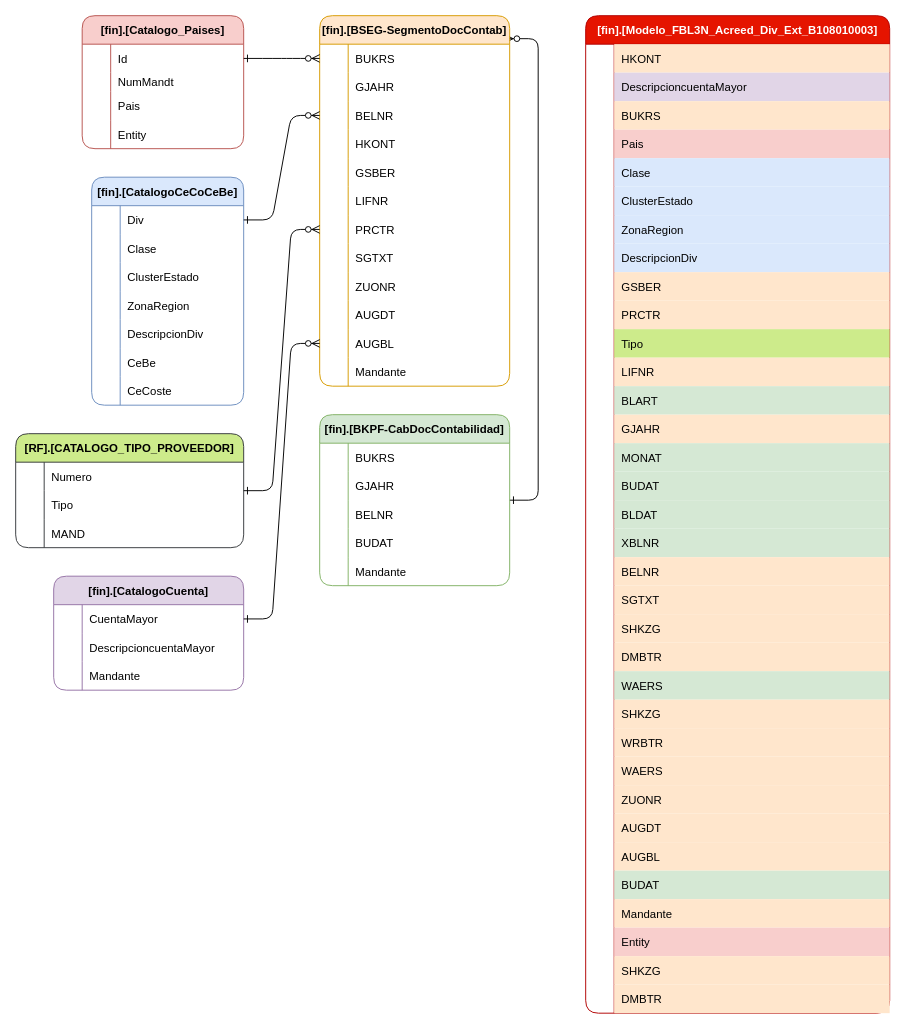
Above: ER_FBL3N_1.drawio in ale230131/ale230131 (draw.io), before the change. Source tidied: cells renumbered, new cells numbered last; positions are measured from the earlier drawing's top-left corner, leaving out a move shared by most shapes. Both pictures are drawn from the tidied source at 95%, with x=0, y=0 at pixel (-674, 15).
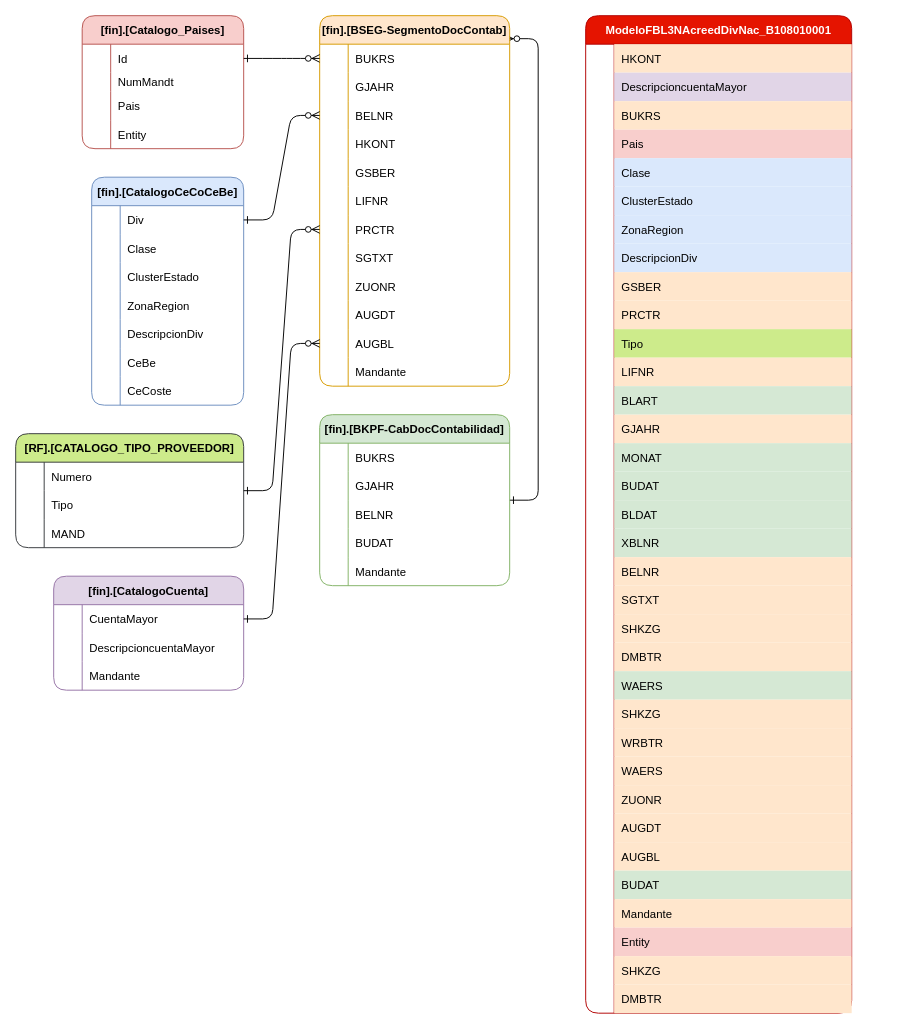
The same diagram, later.

Diff of the diagram source:
```diff
@@
-    <mxCell id="3" value="[fin].[Modelo_FBL3N_Acreed_Div_Ext_B108010003]" style="shape=table;startSize=30;childLayout=tableLayout;rowLines=0;fontStyle=1;align=center;fillColor=#e51400;fontColor=#ffffff;strokeColor=#B20000;rounded=1;" parent="1" vertex="1">
-      <mxGeometry x="1326" width="320" height="1050" as="geometry" />
+    <mxCell id="3" value="ModeloFBL3NAcreedDivNac_B108010001" style="shape=table;startSize=30;childLayout=tableLayout;rowLines=0;fontStyle=1;align=center;fillColor=#e51400;fontColor=#ffffff;strokeColor=#B20000;rounded=1;" parent="1" vertex="1">
+      <mxGeometry x="1326" width="280" height="1050" as="geometry" />
     </mxCell>
     <mxCell id="4" style="shape=tableRow;horizontal=0;startSize=0;swimlaneHead=0;swimlaneBody=0;fillColor=none;strokeColor=inherit;top=0;left=0;right=0;bottom=0;" parent="3" vertex="1">
-      <mxGeometry y="30" width="320" height="30" as="geometry" />
+      <mxGeometry y="30" width="280" height="30" as="geometry" />
     </mxCell>
@@
     <mxCell id="6" value="HKONT" style="shape=partialRectangle;overflow=hidden;fillColor=#ffe6cc;align=left;strokeColor=#d79b00;top=0;left=0;bottom=0;right=0;spacingLeft=6;" parent="4" vertex="1">
-      <mxGeometry x="30" width="290" height="30" as="geometry" />
+      <mxGeometry x="30" width="250" height="30" as="geometry" />
     </mxCell>
     <mxCell id="7" style="shape=tableRow;horizontal=0;startSize=0;swimlaneHead=0;swimlaneBody=0;fillColor=none;strokeColor=inherit;top=0;left=0;right=0;bottom=0;" parent="3" vertex="1">
-      <mxGeometry y="60" width="320" height="30" as="geometry" />
+      <mxGeometry y="60" width="280" height="30" as="geometry" />
     </mxCell>
@@
     <mxCell id="9" value="DescripcioncuentaMayor" style="shape=partialRectangle;overflow=hidden;fillColor=#e1d5e7;align=left;strokeColor=#9673a6;top=0;left=0;bottom=0;right=0;spacingLeft=6;" parent="7" vertex="1">
-      <mxGeometry x="30" width="290" height="30" as="geometry" />
+      <mxGeometry x="30" width="250" height="30" as="geometry" />
     </mxCell>
     <mxCell id="10" style="shape=tableRow;horizontal=0;startSize=0;swimlaneHead=0;swimlaneBody=0;fillColor=none;strokeColor=inherit;top=0;left=0;right=0;bottom=0;" parent="3" vertex="1">
-      <mxGeometry y="90" width="320" height="30" as="geometry" />
+      <mxGeometry y="90" width="280" height="30" as="geometry" />
     </mxCell>
@@
     <mxCell id="12" value="BUKRS" style="shape=partialRectangle;overflow=hidden;fillColor=#ffe6cc;align=left;strokeColor=#d79b00;top=0;left=0;bottom=0;right=0;spacingLeft=6;" parent="10" vertex="1">
-      <mxGeometry x="30" width="290" height="30" as="geometry" />
+      <mxGeometry x="30" width="250" height="30" as="geometry" />
     </mxCell>
     <mxCell id="13" style="shape=tableRow;horizontal=0;startSize=0;swimlaneHead=0;swimlaneBody=0;fillColor=none;strokeColor=inherit;top=0;left=0;right=0;bottom=0;" parent="3" vertex="1">
-      <mxGeometry y="120" width="320" height="30" as="geometry" />
+      <mxGeometry y="120" width="280" height="30" as="geometry" />
     </mxCell>
@@
     <mxCell id="15" value="Pais" style="shape=partialRectangle;overflow=hidden;fillColor=#f8cecc;align=left;strokeColor=#b85450;top=0;left=0;bottom=0;right=0;spacingLeft=6;" parent="13" vertex="1">
-      <mxGeometry x="30" width="290" height="30" as="geometry" />
+      <mxGeometry x="30" width="250" height="30" as="geometry" />
     </mxCell>
     <mxCell id="16" style="shape=tableRow;horizontal=0;startSize=0;swimlaneHead=0;swimlaneBody=0;fillColor=none;strokeColor=inherit;top=0;left=0;right=0;bottom=0;" parent="3" vertex="1">
-      <mxGeometry y="150" width="320" height="30" as="geometry" />
+      <mxGeometry y="150" width="280" height="30" as="geometry" />
     </mxCell>
@@
     <mxCell id="18" value="Clase" style="shape=partialRectangle;overflow=hidden;fillColor=#dae8fc;align=left;strokeColor=#6c8ebf;top=0;left=0;bottom=0;right=0;spacingLeft=6;" parent="16" vertex="1">
-      <mxGeometry x="30" width="290" height="30" as="geometry" />
+      <mxGeometry x="30" width="250" height="30" as="geometry" />
     </mxCell>
     <mxCell id="19" style="shape=tableRow;horizontal=0;startSize=0;swimlaneHead=0;swimlaneBody=0;fillColor=none;strokeColor=inherit;top=0;left=0;right=0;bottom=0;" parent="3" vertex="1">
-      <mxGeometry y="180" width="320" height="30" as="geometry" />
+      <mxGeometry y="180" width="280" height="30" as="geometry" />
     </mxCell>
@@
     <mxCell id="21" value="ClusterEstado" style="shape=partialRectangle;overflow=hidden;fillColor=#dae8fc;align=left;strokeColor=#6c8ebf;top=0;left=0;bottom=0;right=0;spacingLeft=6;" parent="19" vertex="1">
-      <mxGeometry x="30" width="290" height="30" as="geometry" />
+      <mxGeometry x="30" width="250" height="30" as="geometry" />
     </mxCell>
     <mxCell id="22" style="shape=tableRow;horizontal=0;startSize=0;swimlaneHead=0;swimlaneBody=0;fillColor=none;strokeColor=inherit;top=0;left=0;right=0;bottom=0;" parent="3" vertex="1">
-      <mxGeometry y="210" width="320" height="30" as="geometry" />
+      <mxGeometry y="210" width="280" height="30" as="geometry" />
     </mxCell>
@@
     <mxCell id="24" value="ZonaRegion" style="shape=partialRectangle;overflow=hidden;fillColor=#dae8fc;align=left;strokeColor=#6c8ebf;top=0;left=0;bottom=0;right=0;spacingLeft=6;" parent="22" vertex="1">
-      <mxGeometry x="30" width="290" height="30" as="geometry" />
+      <mxGeometry x="30" width="250" height="30" as="geometry" />
     </mxCell>
     <mxCell id="25" style="shape=tableRow;horizontal=0;startSize=0;swimlaneHead=0;swimlaneBody=0;fillColor=none;strokeColor=inherit;top=0;left=0;right=0;bottom=0;" parent="3" vertex="1">
-      <mxGeometry y="240" width="320" height="30" as="geometry" />
+      <mxGeometry y="240" width="280" height="30" as="geometry" />
     </mxCell>
@@
     <mxCell id="27" value="DescripcionDiv" style="shape=partialRectangle;overflow=hidden;fillColor=#dae8fc;align=left;strokeColor=#6c8ebf;top=0;left=0;bottom=0;right=0;spacingLeft=6;" parent="25" vertex="1">
-      <mxGeometry x="30" width="290" height="30" as="geometry" />
+      <mxGeometry x="30" width="250" height="30" as="geometry" />
     </mxCell>
     <mxCell id="28" style="shape=tableRow;horizontal=0;startSize=0;swimlaneHead=0;swimlaneBody=0;fillColor=none;strokeColor=inherit;top=0;left=0;right=0;bottom=0;" parent="3" vertex="1">
-      <mxGeometry y="270" width="320" height="30" as="geometry" />
+      <mxGeometry y="270" width="280" height="30" as="geometry" />
     </mxCell>
@@
     <mxCell id="30" value="GSBER" style="shape=partialRectangle;overflow=hidden;fillColor=#ffe6cc;align=left;strokeColor=#d79b00;top=0;left=0;bottom=0;right=0;spacingLeft=6;" parent="28" vertex="1">
-      <mxGeometry x="30" width="290" height="30" as="geometry" />
+      <mxGeometry x="30" width="250" height="30" as="geometry" />
     </mxCell>
     <mxCell id="31" style="shape=tableRow;horizontal=0;startSize=0;swimlaneHead=0;swimlaneBody=0;fillColor=none;strokeColor=inherit;top=0;left=0;right=0;bottom=0;" parent="3" vertex="1">
-      <mxGeometry y="300" width="320" height="30" as="geometry" />
+      <mxGeometry y="300" width="280" height="30" as="geometry" />
     </mxCell>
@@
     <mxCell id="33" value="PRCTR" style="shape=partialRectangle;overflow=hidden;fillColor=#ffe6cc;align=left;strokeColor=#d79b00;top=0;left=0;bottom=0;right=0;spacingLeft=6;" parent="31" vertex="1">
-      <mxGeometry x="30" width="290" height="30" as="geometry" />
+      <mxGeometry x="30" width="250" height="30" as="geometry" />
     </mxCell>
     <mxCell id="34" style="shape=tableRow;horizontal=0;startSize=0;swimlaneHead=0;swimlaneBody=0;fillColor=none;strokeColor=inherit;top=0;left=0;right=0;bottom=0;" parent="3" vertex="1">
-      <mxGeometry y="330" width="320" height="30" as="geometry" />
+      <mxGeometry y="330" width="280" height="30" as="geometry" />
     </mxCell>
@@
     <mxCell id="36" value="Tipo" style="shape=partialRectangle;overflow=hidden;fillColor=#cdeb8b;align=left;strokeColor=#36393d;top=0;left=0;bottom=0;right=0;spacingLeft=6;" parent="34" vertex="1">
-      <mxGeometry x="30" width="290" height="30" as="geometry" />
+      <mxGeometry x="30" width="250" height="30" as="geometry" />
     </mxCell>
     <mxCell id="37" style="shape=tableRow;horizontal=0;startSize=0;swimlaneHead=0;swimlaneBody=0;fillColor=none;strokeColor=inherit;top=0;left=0;right=0;bottom=0;" parent="3" vertex="1">
-      <mxGeometry y="360" width="320" height="30" as="geometry" />
+      <mxGeometry y="360" width="280" height="30" as="geometry" />
     </mxCell>
@@
     <mxCell id="39" value="LIFNR" style="shape=partialRectangle;overflow=hidden;fillColor=#ffe6cc;align=left;strokeColor=#d79b00;top=0;left=0;bottom=0;right=0;spacingLeft=6;" parent="37" vertex="1">
-      <mxGeometry x="30" width="290" height="30" as="geometry" />
+      <mxGeometry x="30" width="250" height="30" as="geometry" />
     </mxCell>
     <mxCell id="40" style="shape=tableRow;horizontal=0;startSize=0;swimlaneHead=0;swimlaneBody=0;fillColor=none;strokeColor=inherit;top=0;left=0;right=0;bottom=0;" parent="3" vertex="1">
-      <mxGeometry y="390" width="320" height="30" as="geometry" />
+      <mxGeometry y="390" width="280" height="30" as="geometry" />
     </mxCell>
@@
     <mxCell id="42" value="BLART" style="shape=partialRectangle;overflow=hidden;fillColor=#d5e8d4;align=left;strokeColor=#82b366;top=0;left=0;bottom=0;right=0;spacingLeft=6;" parent="40" vertex="1">
-      <mxGeometry x="30" width="290" height="30" as="geometry" />
+      <mxGeometry x="30" width="250" height="30" as="geometry" />
     </mxCell>
     <mxCell id="43" style="shape=tableRow;horizontal=0;startSize=0;swimlaneHead=0;swimlaneBody=0;fillColor=none;strokeColor=inherit;top=0;left=0;right=0;bottom=0;" parent="3" vertex="1">
-      <mxGeometry y="420" width="320" height="30" as="geometry" />
+      <mxGeometry y="420" width="280" height="30" as="geometry" />
     </mxCell>
@@
     <mxCell id="45" value="GJAHR" style="shape=partialRectangle;overflow=hidden;fillColor=#ffe6cc;align=left;strokeColor=#d79b00;top=0;left=0;bottom=0;right=0;spacingLeft=6;" parent="43" vertex="1">
-      <mxGeometry x="30" width="290" height="30" as="geometry" />
+      <mxGeometry x="30" width="250" height="30" as="geometry" />
     </mxCell>
     <mxCell id="46" style="shape=tableRow;horizontal=0;startSize=0;swimlaneHead=0;swimlaneBody=0;fillColor=none;strokeColor=inherit;top=0;left=0;right=0;bottom=0;" parent="3" vertex="1">
-      <mxGeometry y="450" width="320" height="30" as="geometry" />
+      <mxGeometry y="450" width="280" height="30" as="geometry" />
     </mxCell>
@@
     <mxCell id="48" value="MONAT" style="shape=partialRectangle;overflow=hidden;fillColor=#d5e8d4;align=left;strokeColor=#82b366;top=0;left=0;bottom=0;right=0;spacingLeft=6;" parent="46" vertex="1">
-      <mxGeometry x="30" width="290" height="30" as="geometry" />
+      <mxGeometry x="30" width="250" height="30" as="geometry" />
     </mxCell>
     <mxCell id="49" style="shape=tableRow;horizontal=0;startSize=0;swimlaneHead=0;swimlaneBody=0;fillColor=none;strokeColor=inherit;top=0;left=0;right=0;bottom=0;" parent="3" vertex="1">
-      <mxGeometry y="480" width="320" height="30" as="geometry" />
+      <mxGeometry y="480" width="280" height="30" as="geometry" />
     </mxCell>
@@
     <mxCell id="51" value="BUDAT" style="shape=partialRectangle;overflow=hidden;fillColor=#d5e8d4;align=left;strokeColor=#82b366;top=0;left=0;bottom=0;right=0;spacingLeft=6;" parent="49" vertex="1">
-      <mxGeometry x="30" width="290" height="30" as="geometry" />
+      <mxGeometry x="30" width="250" height="30" as="geometry" />
     </mxCell>
     <mxCell id="52" style="shape=tableRow;horizontal=0;startSize=0;swimlaneHead=0;swimlaneBody=0;fillColor=none;strokeColor=inherit;top=0;left=0;right=0;bottom=0;" parent="3" vertex="1">
-      <mxGeometry y="510" width="320" height="30" as="geometry" />
+      <mxGeometry y="510" width="280" height="30" as="geometry" />
     </mxCell>
@@
     <mxCell id="54" value="BLDAT" style="shape=partialRectangle;overflow=hidden;fillColor=#d5e8d4;align=left;strokeColor=#82b366;top=0;left=0;bottom=0;right=0;spacingLeft=6;" parent="52" vertex="1">
-      <mxGeometry x="30" width="290" height="30" as="geometry" />
+      <mxGeometry x="30" width="250" height="30" as="geometry" />
     </mxCell>
     <mxCell id="55" style="shape=tableRow;horizontal=0;startSize=0;swimlaneHead=0;swimlaneBody=0;fillColor=none;strokeColor=inherit;top=0;left=0;right=0;bottom=0;" parent="3" vertex="1">
-      <mxGeometry y="540" width="320" height="30" as="geometry" />
+      <mxGeometry y="540" width="280" height="30" as="geometry" />
     </mxCell>
@@
     <mxCell id="57" value="XBLNR" style="shape=partialRectangle;overflow=hidden;fillColor=#d5e8d4;align=left;strokeColor=#82b366;top=0;left=0;bottom=0;right=0;spacingLeft=6;" parent="55" vertex="1">
-      <mxGeometry x="30" width="290" height="30" as="geometry" />
+      <mxGeometry x="30" width="250" height="30" as="geometry" />
     </mxCell>
     <mxCell id="58" style="shape=tableRow;horizontal=0;startSize=0;swimlaneHead=0;swimlaneBody=0;fillColor=none;strokeColor=inherit;top=0;left=0;right=0;bottom=0;" parent="3" vertex="1">
-      <mxGeometry y="570" width="320" height="30" as="geometry" />
+      <mxGeometry y="570" width="280" height="30" as="geometry" />
     </mxCell>
@@
     <mxCell id="60" value="BELNR" style="shape=partialRectangle;overflow=hidden;fillColor=#ffe6cc;align=left;strokeColor=#d79b00;top=0;left=0;bottom=0;right=0;spacingLeft=6;" parent="58" vertex="1">
-      <mxGeometry x="30" width="290" height="30" as="geometry" />
+      <mxGeometry x="30" width="250" height="30" as="geometry" />
     </mxCell>
     <mxCell id="61" style="shape=tableRow;horizontal=0;startSize=0;swimlaneHead=0;swimlaneBody=0;fillColor=none;strokeColor=inherit;top=0;left=0;right=0;bottom=0;" parent="3" vertex="1">
-      <mxGeometry y="600" width="320" height="30" as="geometry" />
+      <mxGeometry y="600" width="280" height="30" as="geometry" />
     </mxCell>
@@
     <mxCell id="63" value="SGTXT" style="shape=partialRectangle;overflow=hidden;fillColor=#ffe6cc;align=left;strokeColor=#d79b00;top=0;left=0;bottom=0;right=0;spacingLeft=6;" parent="61" vertex="1">
-      <mxGeometry x="30" width="290" height="30" as="geometry" />
+      <mxGeometry x="30" width="250" height="30" as="geometry" />
     </mxCell>
     <mxCell id="64" style="shape=tableRow;horizontal=0;startSize=0;swimlaneHead=0;swimlaneBody=0;fillColor=none;strokeColor=inherit;top=0;left=0;right=0;bottom=0;" parent="3" vertex="1">
-      <mxGeometry y="630" width="320" height="30" as="geometry" />
+      <mxGeometry y="630" width="280" height="30" as="geometry" />
     </mxCell>
@@
     <mxCell id="66" value="SHKZG" style="shape=partialRectangle;overflow=hidden;fillColor=#ffe6cc;align=left;strokeColor=#d79b00;top=0;left=0;bottom=0;right=0;spacingLeft=6;" parent="64" vertex="1">
-      <mxGeometry x="30" width="290" height="30" as="geometry" />
+      <mxGeometry x="30" width="250" height="30" as="geometry" />
     </mxCell>
     <mxCell id="67" style="shape=tableRow;horizontal=0;startSize=0;swimlaneHead=0;swimlaneBody=0;fillColor=none;strokeColor=inherit;top=0;left=0;right=0;bottom=0;" parent="3" vertex="1">
-      <mxGeometry y="660" width="320" height="30" as="geometry" />
+      <mxGeometry y="660" width="280" height="30" as="geometry" />
     </mxCell>
@@
     <mxCell id="69" value="DMBTR" style="shape=partialRectangle;overflow=hidden;fillColor=#ffe6cc;align=left;strokeColor=#d79b00;top=0;left=0;bottom=0;right=0;spacingLeft=6;" parent="67" vertex="1">
-      <mxGeometry x="30" width="290" height="30" as="geometry" />
+      <mxGeometry x="30" width="250" height="30" as="geometry" />
     </mxCell>
     <mxCell id="70" style="shape=tableRow;horizontal=0;startSize=0;swimlaneHead=0;swimlaneBody=0;fillColor=none;strokeColor=inherit;top=0;left=0;right=0;bottom=0;" parent="3" vertex="1">
-      <mxGeometry y="690" width="320" height="30" as="geometry" />
+      <mxGeometry y="690" width="280" height="30" as="geometry" />
     </mxCell>
@@
     <mxCell id="72" value="WAERS" style="shape=partialRectangle;overflow=hidden;fillColor=#d5e8d4;align=left;strokeColor=#82b366;top=0;left=0;bottom=0;right=0;spacingLeft=6;" parent="70" vertex="1">
-      <mxGeometry x="30" width="290" height="30" as="geometry" />
+      <mxGeometry x="30" width="250" height="30" as="geometry" />
     </mxCell>
     <mxCell id="73" style="shape=tableRow;horizontal=0;startSize=0;swimlaneHead=0;swimlaneBody=0;fillColor=none;strokeColor=inherit;top=0;left=0;right=0;bottom=0;" parent="3" vertex="1">
-      <mxGeometry y="720" width="320" height="30" as="geometry" />
+      <mxGeometry y="720" width="280" height="30" as="geometry" />
     </mxCell>
@@
     <mxCell id="75" value="SHKZG" style="shape=partialRectangle;overflow=hidden;fillColor=#ffe6cc;align=left;strokeColor=#d79b00;top=0;left=0;bottom=0;right=0;spacingLeft=6;" parent="73" vertex="1">
-      <mxGeometry x="30" width="290" height="30" as="geometry" />
+      <mxGeometry x="30" width="250" height="30" as="geometry" />
     </mxCell>
     <mxCell id="76" style="shape=tableRow;horizontal=0;startSize=0;swimlaneHead=0;swimlaneBody=0;fillColor=none;strokeColor=inherit;top=0;left=0;right=0;bottom=0;" parent="3" vertex="1">
-      <mxGeometry y="750" width="320" height="30" as="geometry" />
+      <mxGeometry y="750" width="280" height="30" as="geometry" />
     </mxCell>
@@
     <mxCell id="78" value="WRBTR" style="shape=partialRectangle;overflow=hidden;fillColor=#ffe6cc;align=left;strokeColor=#d79b00;top=0;left=0;bottom=0;right=0;spacingLeft=6;" parent="76" vertex="1">
-      <mxGeometry x="30" width="290" height="30" as="geometry" />
+      <mxGeometry x="30" width="250" height="30" as="geometry" />
     </mxCell>
     <mxCell id="79" style="shape=tableRow;horizontal=0;startSize=0;swimlaneHead=0;swimlaneBody=0;fillColor=none;strokeColor=inherit;top=0;left=0;right=0;bottom=0;" parent="3" vertex="1">
-      <mxGeometry y="780" width="320" height="30" as="geometry" />
+      <mxGeometry y="780" width="280" height="30" as="geometry" />
     </mxCell>
@@
     <mxCell id="81" value="WAERS" style="shape=partialRectangle;overflow=hidden;fillColor=#ffe6cc;align=left;strokeColor=#d79b00;top=0;left=0;bottom=0;right=0;spacingLeft=6;" parent="79" vertex="1">
-      <mxGeometry x="30" width="290" height="30" as="geometry" />
+      <mxGeometry x="30" width="250" height="30" as="geometry" />
     </mxCell>
     <mxCell id="82" style="shape=tableRow;horizontal=0;startSize=0;swimlaneHead=0;swimlaneBody=0;fillColor=none;strokeColor=inherit;top=0;left=0;right=0;bottom=0;" parent="3" vertex="1">
-      <mxGeometry y="810" width="320" height="30" as="geometry" />
+      <mxGeometry y="810" width="280" height="30" as="geometry" />
     </mxCell>
@@
     <mxCell id="84" value="ZUONR" style="shape=partialRectangle;overflow=hidden;fillColor=#ffe6cc;align=left;strokeColor=#d79b00;top=0;left=0;bottom=0;right=0;spacingLeft=6;" parent="82" vertex="1">
-      <mxGeometry x="30" width="290" height="30" as="geometry" />
+      <mxGeometry x="30" width="250" height="30" as="geometry" />
     </mxCell>
     <mxCell id="85" style="shape=tableRow;horizontal=0;startSize=0;swimlaneHead=0;swimlaneBody=0;fillColor=none;strokeColor=inherit;top=0;left=0;right=0;bottom=0;" parent="3" vertex="1">
-      <mxGeometry y="840" width="320" height="30" as="geometry" />
+      <mxGeometry y="840" width="280" height="30" as="geometry" />
     </mxCell>
@@
     <mxCell id="87" value="AUGDT" style="shape=partialRectangle;overflow=hidden;fillColor=#ffe6cc;align=left;strokeColor=#d79b00;top=0;left=0;bottom=0;right=0;spacingLeft=6;" parent="85" vertex="1">
-      <mxGeometry x="30" width="290" height="30" as="geometry" />
+      <mxGeometry x="30" width="250" height="30" as="geometry" />
     </mxCell>
     <mxCell id="88" style="shape=tableRow;horizontal=0;startSize=0;swimlaneHead=0;swimlaneBody=0;fillColor=none;strokeColor=inherit;top=0;left=0;right=0;bottom=0;" parent="3" vertex="1">
-      <mxGeometry y="870" width="320" height="30" as="geometry" />
+      <mxGeometry y="870" width="280" height="30" as="geometry" />
     </mxCell>
@@
     <mxCell id="90" value="AUGBL" style="shape=partialRectangle;overflow=hidden;fillColor=#ffe6cc;align=left;strokeColor=#d79b00;top=0;left=0;bottom=0;right=0;spacingLeft=6;" parent="88" vertex="1">
-      <mxGeometry x="30" width="290" height="30" as="geometry" />
+      <mxGeometry x="30" width="250" height="30" as="geometry" />
     </mxCell>
     <mxCell id="91" style="shape=tableRow;horizontal=0;startSize=0;swimlaneHead=0;swimlaneBody=0;fillColor=none;strokeColor=inherit;top=0;left=0;right=0;bottom=0;" parent="3" vertex="1">
-      <mxGeometry y="900" width="320" height="30" as="geometry" />
+      <mxGeometry y="900" width="280" height="30" as="geometry" />
     </mxCell>
@@
     <mxCell id="93" value="BUDAT" style="shape=partialRectangle;overflow=hidden;fillColor=#d5e8d4;align=left;strokeColor=#82b366;top=0;left=0;bottom=0;right=0;spacingLeft=6;" parent="91" vertex="1">
-      <mxGeometry x="30" width="290" height="30" as="geometry" />
+      <mxGeometry x="30" width="250" height="30" as="geometry" />
     </mxCell>
     <mxCell id="94" style="shape=tableRow;horizontal=0;startSize=0;swimlaneHead=0;swimlaneBody=0;fillColor=none;strokeColor=inherit;top=0;left=0;right=0;bottom=0;" parent="3" vertex="1">
-      <mxGeometry y="930" width="320" height="30" as="geometry" />
+      <mxGeometry y="930" width="280" height="30" as="geometry" />
     </mxCell>
@@
     <mxCell id="96" value="Mandante" style="shape=partialRectangle;overflow=hidden;fillColor=#ffe6cc;align=left;strokeColor=#d79b00;top=0;left=0;bottom=0;right=0;spacingLeft=6;" parent="94" vertex="1">
-      <mxGeometry x="30" width="290" height="30" as="geometry" />
+      <mxGeometry x="30" width="250" height="30" as="geometry" />
     </mxCell>
     <mxCell id="97" style="shape=tableRow;horizontal=0;startSize=0;swimlaneHead=0;swimlaneBody=0;fillColor=none;strokeColor=inherit;top=0;left=0;right=0;bottom=0;" parent="3" vertex="1">
-      <mxGeometry y="960" width="320" height="30" as="geometry" />
+      <mxGeometry y="960" width="280" height="30" as="geometry" />
     </mxCell>
@@
     <mxCell id="99" value="Entity" style="shape=partialRectangle;overflow=hidden;fillColor=#f8cecc;align=left;strokeColor=#b85450;top=0;left=0;bottom=0;right=0;spacingLeft=6;" parent="97" vertex="1">
-      <mxGeometry x="30" width="290" height="30" as="geometry" />
+      <mxGeometry x="30" width="250" height="30" as="geometry" />
     </mxCell>
     <mxCell id="100" style="shape=tableRow;horizontal=0;startSize=0;swimlaneHead=0;swimlaneBody=0;fillColor=none;strokeColor=inherit;top=0;left=0;right=0;bottom=0;" parent="3" vertex="1">
-      <mxGeometry y="990" width="320" height="30" as="geometry" />
+      <mxGeometry y="990" width="280" height="30" as="geometry" />
     </mxCell>
@@
     <mxCell id="102" value="SHKZG" style="shape=partialRectangle;overflow=hidden;fillColor=#ffe6cc;align=left;strokeColor=#d79b00;top=0;left=0;bottom=0;right=0;spacingLeft=6;" parent="100" vertex="1">
-      <mxGeometry x="30" width="290" height="30" as="geometry" />
+      <mxGeometry x="30" width="250" height="30" as="geometry" />
     </mxCell>
     <mxCell id="103" style="shape=tableRow;horizontal=0;startSize=0;swimlaneHead=0;swimlaneBody=0;fillColor=none;strokeColor=inherit;top=0;left=0;right=0;bottom=0;" parent="3" vertex="1">
-      <mxGeometry y="1020" width="320" height="30" as="geometry" />
+      <mxGeometry y="1020" width="280" height="30" as="geometry" />
     </mxCell>
@@
     <mxCell id="105" value="DMBTR" style="shape=partialRectangle;overflow=hidden;fillColor=#ffe6cc;align=left;strokeColor=#d79b00;top=0;left=0;bottom=0;right=0;spacingLeft=6;" parent="103" vertex="1">
-      <mxGeometry x="30" width="290" height="30" as="geometry" />
+      <mxGeometry x="30" width="250" height="30" as="geometry" />
     </mxCell>
```
